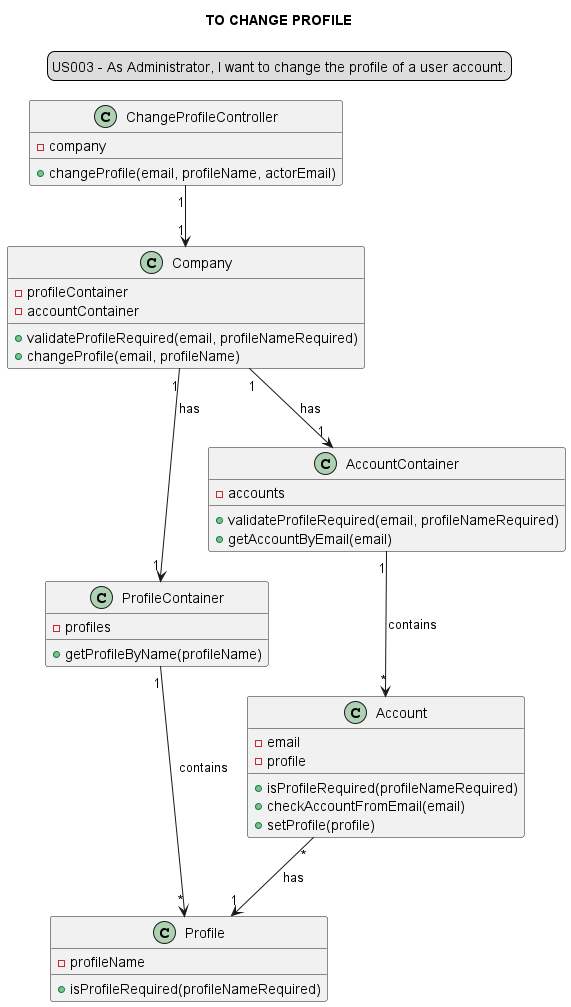
Earlier version of the PlantUML export docs/modelling_design/user_stories/sprint01/us003/US003_classDiagram-TO_CHANGE_PROFILE.png (Loracline/project_switch_22-23).
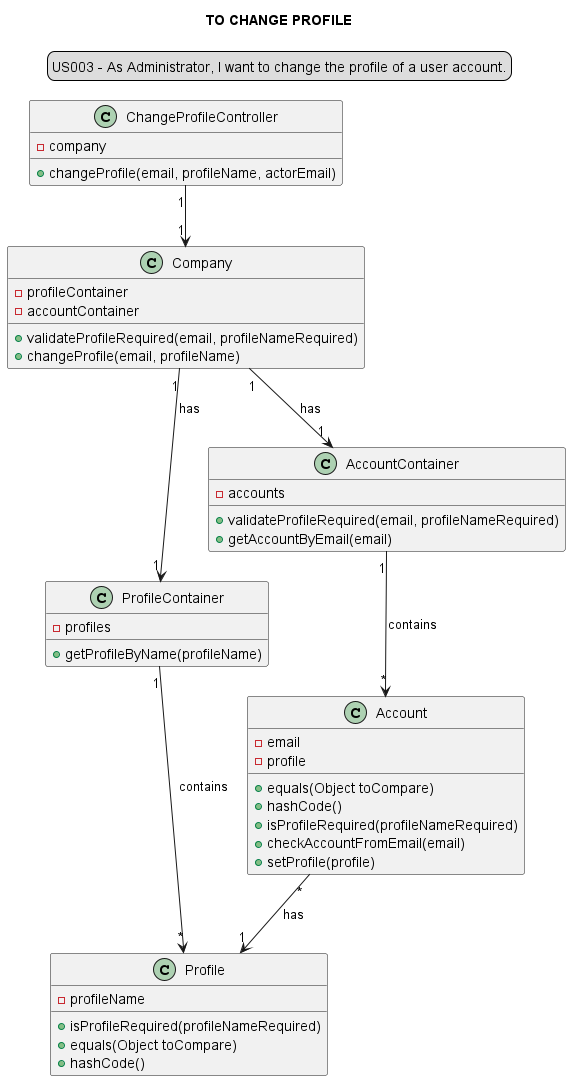
After the change.

Commit message:
US03: Design: Refinement of class diagram and sequence diagram

What changed in the source:
```diff
@@ -32,6 +32,8 @@
 class Account{
 -email
 -profile
++equals(Object toCompare)
++hashCode()
 + isProfileRequired(profileNameRequired)
 +checkAccountFromEmail(email)
 +setProfile(profile)
@@ -40,6 +42,8 @@
 class Profile{
 -profileName
 + isProfileRequired(profileNameRequired)
++equals(Object toCompare)
++hashCode()
 }
 
 
```
